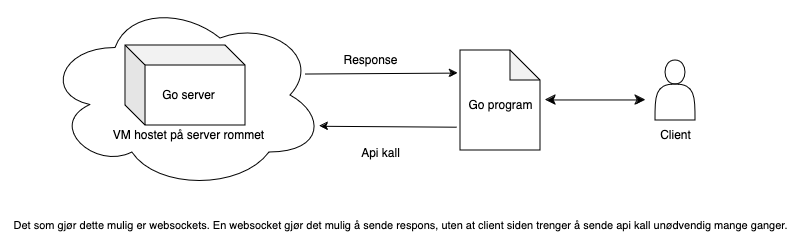
Above: system.drawio.png in ivermoka/IM-cli-chat-server (draw.io), before the change. Source tidied: cells renumbered, new cells last; positions are measured from the earlier drawing's top-left corner, leaving out a move shared by most shapes.
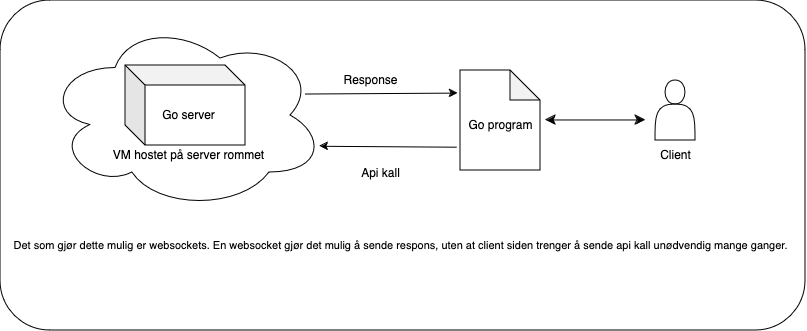
The same diagram one commit later.

The edit, as a diff of the source:
```diff
@@ -2,6 +2,9 @@
   <root>
     <mxCell id="0" />
     <mxCell id="1" parent="0" />
+    <mxCell id="16" style="rounded=1;whiteSpace=wrap;html=1;" parent="1" vertex="1">
+      <mxGeometry y="-20" width="805" height="330" as="geometry" />
+    </mxCell>
     <mxCell id="2" style="ellipse;shape=cloud;whiteSpace=wrap;html=1;" parent="1" vertex="1">
       <mxGeometry x="45" width="280" height="190" as="geometry" />
     </mxCell>
```
